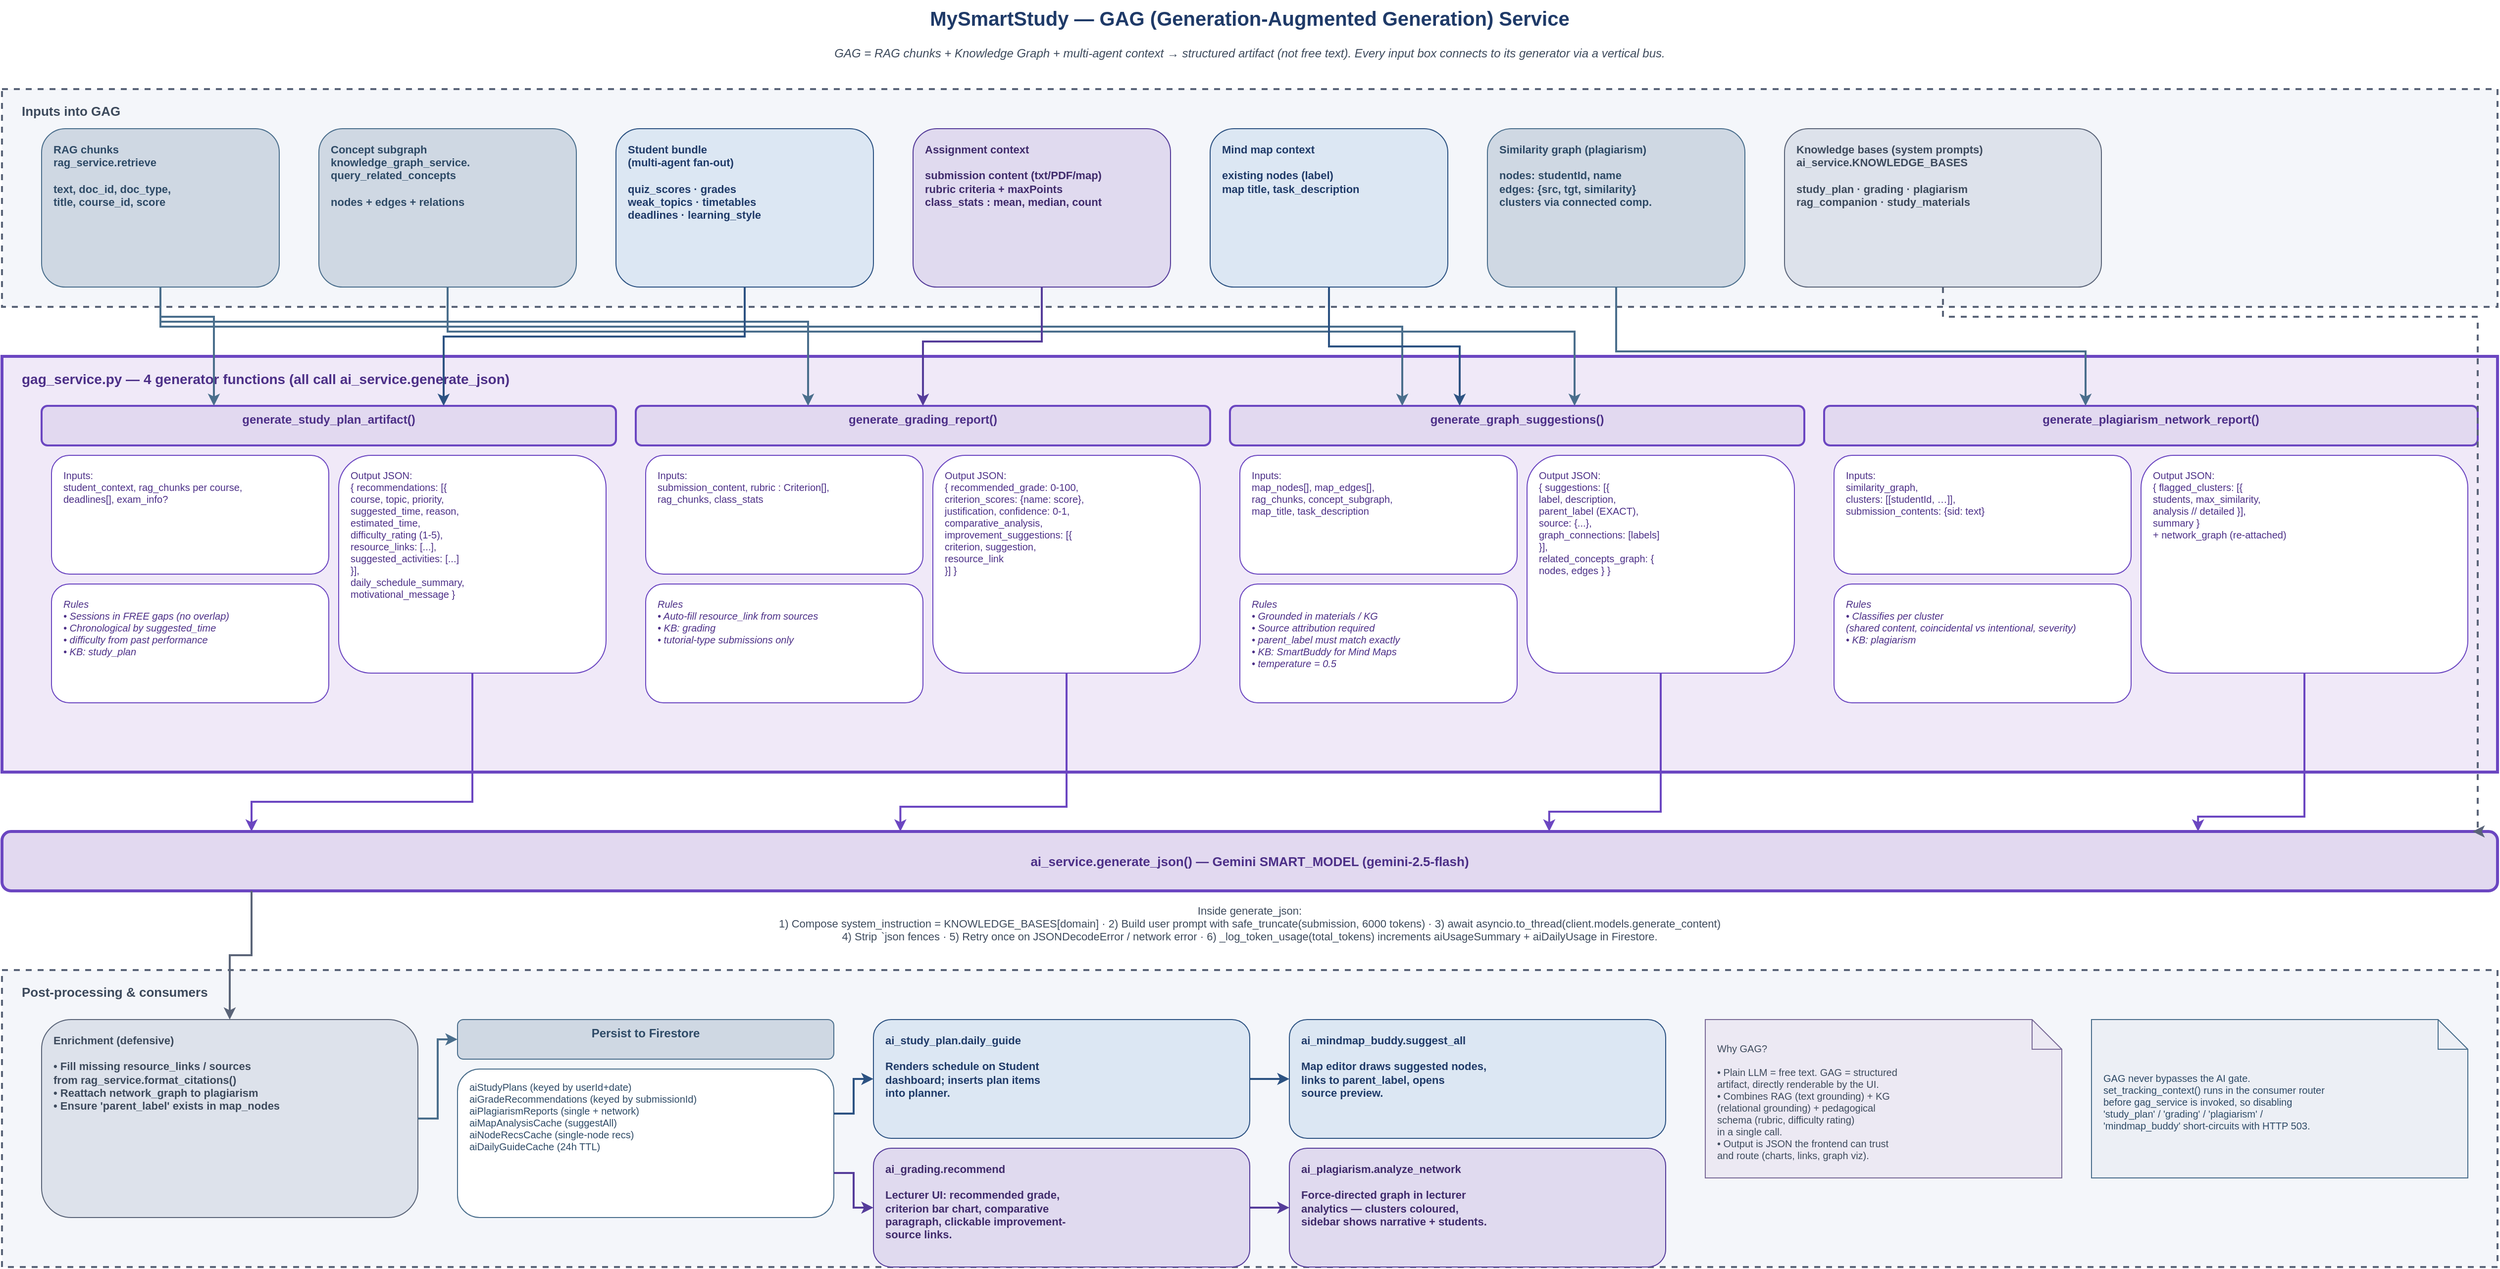
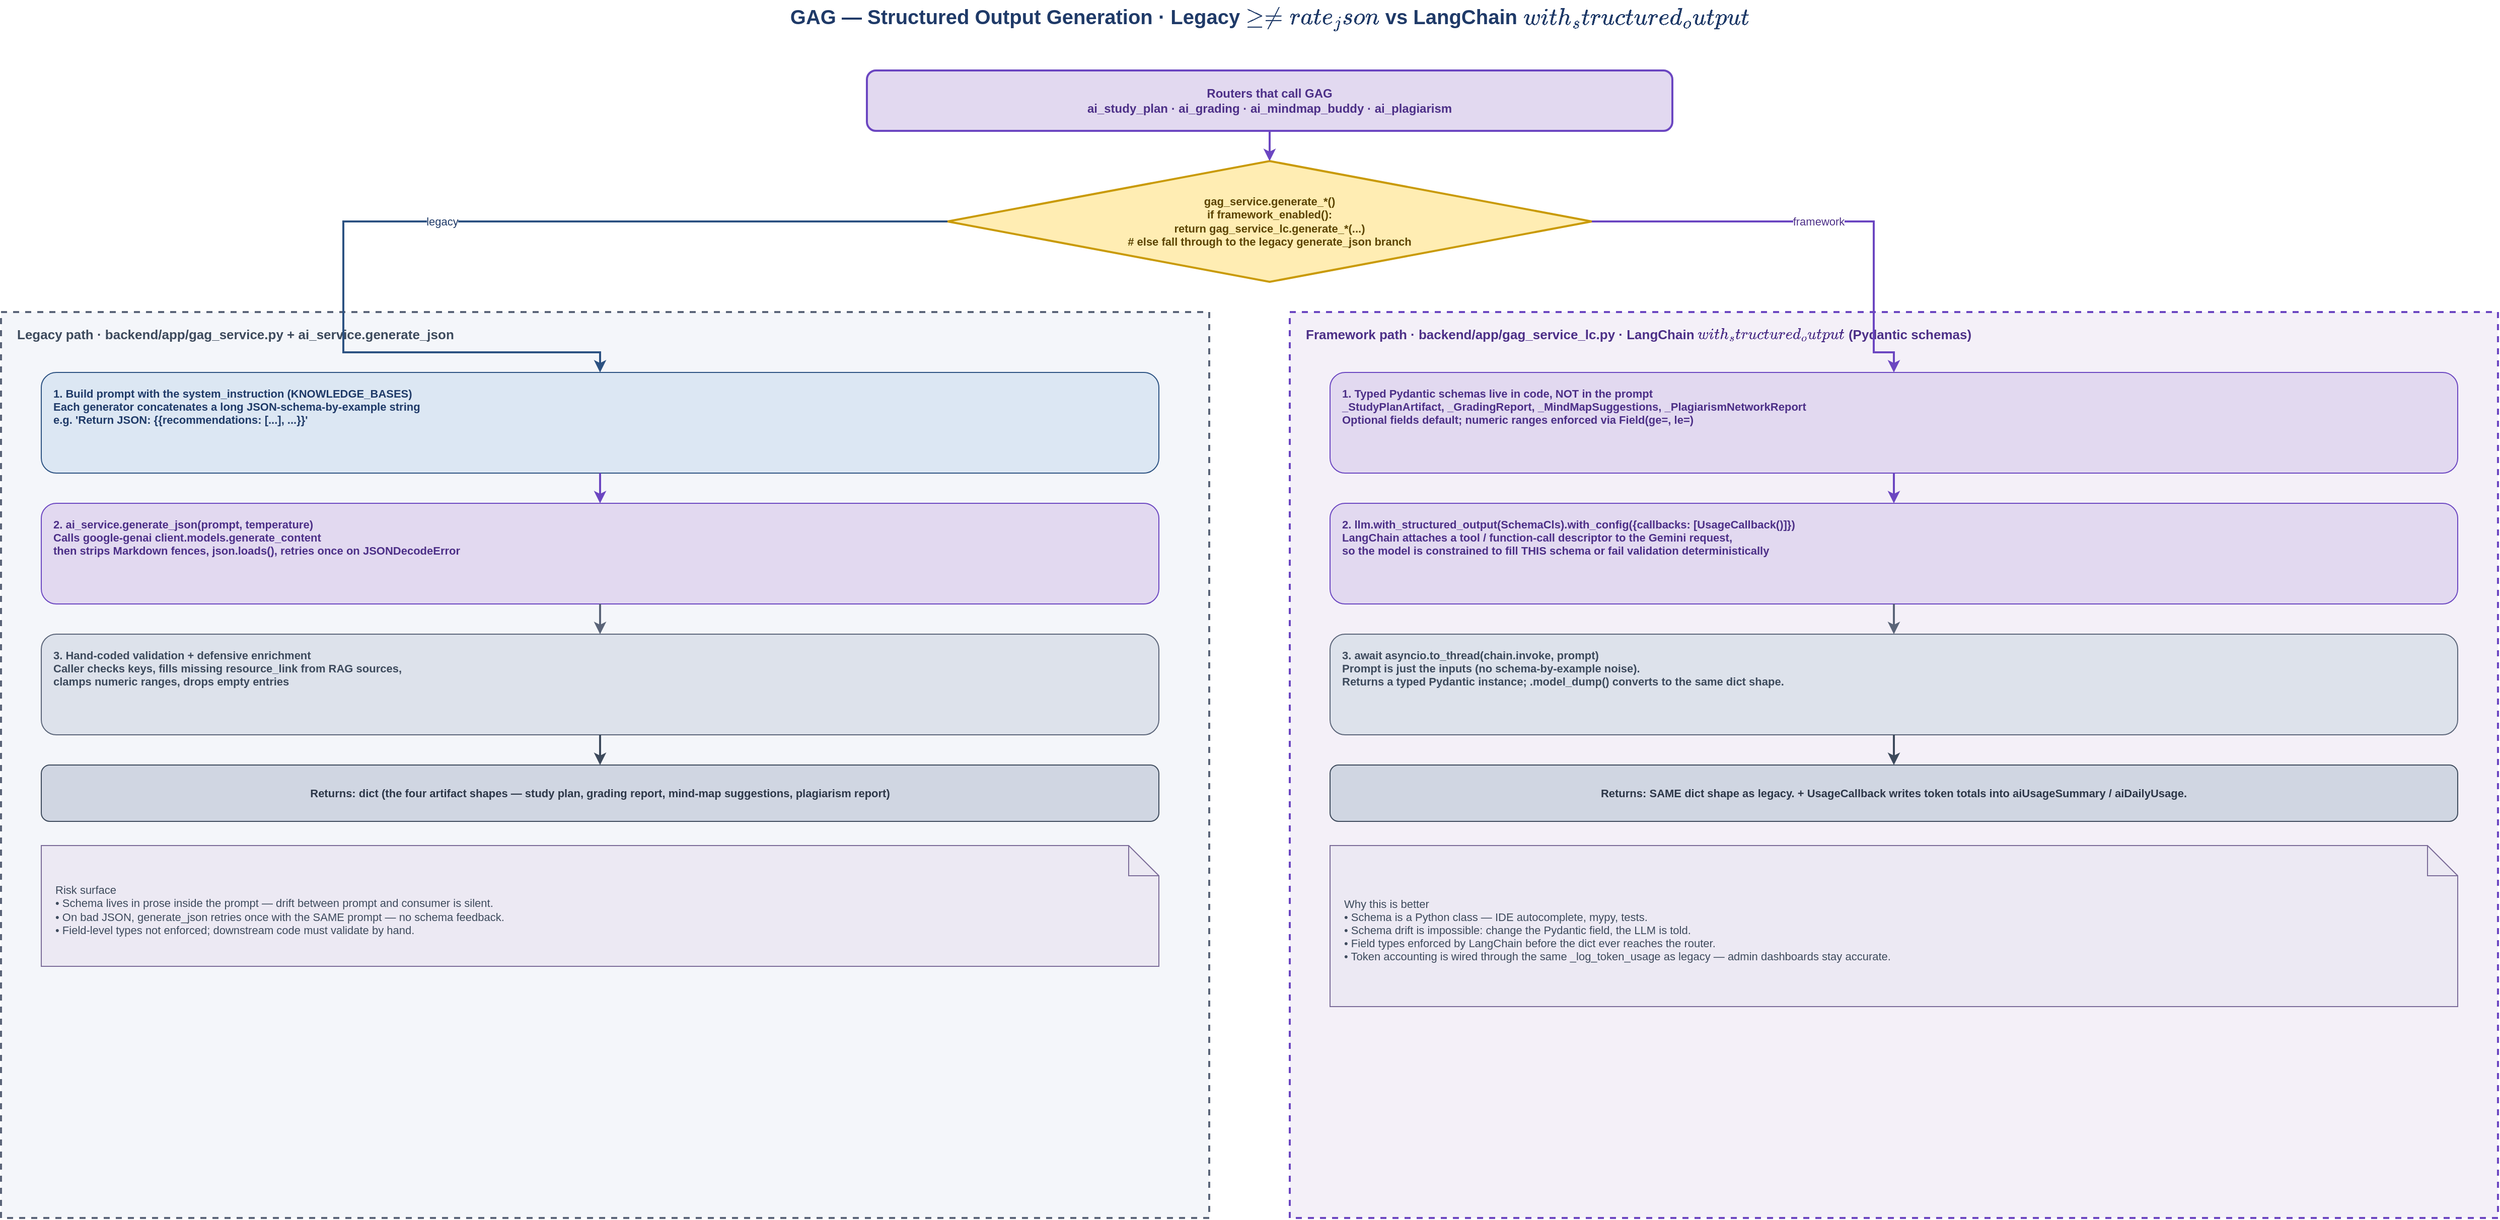
<mxfile host="app.diagrams.net" agent="MySmartStudy" version="22.1.16">
-   <diagram id="gag" name="GAG Pipeline">
-     <mxGraphModel dx="2400" dy="1400" grid="1" gridSize="10" guides="1" tooltips="1" connect="1" arrows="1" fold="1" page="1" pageScale="1" pageWidth="2600" pageHeight="1800" math="0" shadow="0">
+   <diagram id="gag" name="GAG (Legacy vs Framework)">
+     <mxGraphModel dx="2200" dy="1300" grid="1" gridSize="10" page="1" pageScale="1" pageWidth="2600" pageHeight="1700" math="0" shadow="0">
      <root>
        <mxCell id="0" />
        <mxCell id="1" parent="0" />

-         <mxCell id="title" value="MySmartStudy — GAG (Generation-Augmented Generation) Service" style="text;html=1;align=center;verticalAlign=middle;whiteSpace=wrap;fontSize=20;fontStyle=1;fontColor=#1F3A68" vertex="1" parent="1">
-           <mxGeometry x="600" y="20" width="1400" height="36" as="geometry" />
-         </mxCell>
-         <mxCell id="subtitle" value="GAG = RAG chunks + Knowledge Graph + multi-agent context  →  structured artifact (not free text).  Every input box connects to its generator via a vertical bus." style="text;html=1;align=center;whiteSpace=wrap;fontSize=12;fontStyle=2;fontColor=#3D4A5C" vertex="1" parent="1">
-           <mxGeometry x="400" y="60" width="1800" height="30" as="geometry" />
+         <mxCell id="title" value="GAG — Structured Output Generation  ·  Legacy `generate_json` vs LangChain `with_structured_output`" style="text;html=1;align=center;verticalAlign=middle;whiteSpace=wrap;fontSize=20;fontStyle=1;fontColor=#1F3A68" vertex="1" parent="1">
+           <mxGeometry x="200" y="10" width="2200" height="36" as="geometry" />
        </mxCell>

-         <!-- ============ INPUTS ============ -->
-         <mxCell id="bg_inputs" value="Inputs into GAG" style="rounded=0;whiteSpace=wrap;html=1;fillColor=#F4F6FA;strokeColor=#5A6478;strokeWidth=2;verticalAlign=top;fontSize=13;fontStyle=1;fontColor=#3D4A5C;dashed=1;spacingTop=8;align=left;spacingLeft=18" vertex="1" parent="1">
-           <mxGeometry x="40" y="110" width="2520" height="220" as="geometry" />
-         </mxCell>
-         <mxCell id="in_rag" value="RAG chunks&#10;rag_service.retrieve&#10;&#10;text, doc_id, doc_type,&#10;title, course_id, score" style="rounded=1;whiteSpace=wrap;html=1;fillColor=#CFD8E3;strokeColor=#4A6E8C;align=left;verticalAlign=top;fontSize=11;spacingLeft=10;spacingTop=8;fontStyle=1;fontColor=#2E4A66" vertex="1" parent="1">
-           <mxGeometry x="80" y="150" width="240" height="160" as="geometry" />
-         </mxCell>
-         <mxCell id="in_kg" value="Concept subgraph&#10;knowledge_graph_service.&#10;query_related_concepts&#10;&#10;nodes + edges + relations" style="rounded=1;whiteSpace=wrap;html=1;fillColor=#CFD8E3;strokeColor=#4A6E8C;align=left;verticalAlign=top;fontSize=11;spacingLeft=10;spacingTop=8;fontStyle=1;fontColor=#2E4A66" vertex="1" parent="1">
-           <mxGeometry x="360" y="150" width="260" height="160" as="geometry" />
-         </mxCell>
-         <mxCell id="in_student" value="Student bundle&#10;(multi-agent fan-out)&#10;&#10;quiz_scores · grades&#10;weak_topics · timetables&#10;deadlines · learning_style" style="rounded=1;whiteSpace=wrap;html=1;fillColor=#DCE7F3;strokeColor=#2C5282;align=left;verticalAlign=top;fontSize=11;spacingLeft=10;spacingTop=8;fontStyle=1;fontColor=#1F3A68" vertex="1" parent="1">
-           <mxGeometry x="660" y="150" width="260" height="160" as="geometry" />
-         </mxCell>
-         <mxCell id="in_assign" value="Assignment context&#10;&#10;submission content (txt/PDF/map)&#10;rubric criteria + maxPoints&#10;class_stats : mean, median, count" style="rounded=1;whiteSpace=wrap;html=1;fillColor=#E0DAEF;strokeColor=#553C9A;align=left;verticalAlign=top;fontSize=11;spacingLeft=10;spacingTop=8;fontStyle=1;fontColor=#3F2A6B" vertex="1" parent="1">
-           <mxGeometry x="960" y="150" width="260" height="160" as="geometry" />
-         </mxCell>
-         <mxCell id="in_map" value="Mind map context&#10;&#10;existing nodes (label)&#10;map title, task_description" style="rounded=1;whiteSpace=wrap;html=1;fillColor=#DCE7F3;strokeColor=#2C5282;align=left;verticalAlign=top;fontSize=11;spacingLeft=10;spacingTop=8;fontStyle=1;fontColor=#1F3A68" vertex="1" parent="1">
-           <mxGeometry x="1260" y="150" width="240" height="160" as="geometry" />
-         </mxCell>
-         <mxCell id="in_simgraph" value="Similarity graph (plagiarism)&#10;&#10;nodes: studentId, name&#10;edges: {src, tgt, similarity}&#10;clusters via connected comp." style="rounded=1;whiteSpace=wrap;html=1;fillColor=#CFD8E3;strokeColor=#4A6E8C;align=left;verticalAlign=top;fontSize=11;spacingLeft=10;spacingTop=8;fontStyle=1;fontColor=#2E4A66" vertex="1" parent="1">
-           <mxGeometry x="1540" y="150" width="260" height="160" as="geometry" />
-         </mxCell>
-         <mxCell id="in_kb" value="Knowledge bases (system prompts)&#10;ai_service.KNOWLEDGE_BASES&#10;&#10;study_plan · grading · plagiarism&#10;rag_companion · study_materials" style="rounded=1;whiteSpace=wrap;html=1;fillColor=#DDE2EB;strokeColor=#5A6478;align=left;verticalAlign=top;fontSize=11;spacingLeft=10;spacingTop=8;fontStyle=1;fontColor=#3D4A5C" vertex="1" parent="1">
-           <mxGeometry x="1840" y="150" width="320" height="160" as="geometry" />
+         <!-- ROUTERS that call GAG -->
+         <mxCell id="callers" value="Routers that call GAG&#10;ai_study_plan · ai_grading · ai_mindmap_buddy · ai_plagiarism" style="rounded=1;whiteSpace=wrap;html=1;fillColor=#E2D9F0;strokeColor=#6B46C1;strokeWidth=2;align=center;verticalAlign=middle;fontSize=12;fontStyle=1;fontColor=#4C2F87" vertex="1" parent="1">
+           <mxGeometry x="900" y="80" width="800" height="60" as="geometry" />
        </mxCell>

-         <!-- ============ GENERATORS (single row, 4 columns) ============ -->
-         <mxCell id="gag_box" value="gag_service.py  —  4 generator functions  (all call ai_service.generate_json)" style="rounded=0;whiteSpace=wrap;html=1;fillColor=#F0E9F8;strokeColor=#6B46C1;strokeWidth=3;verticalAlign=top;fontSize=14;fontStyle=1;fontColor=#4C2F87;spacingTop=8;align=left;spacingLeft=18" vertex="1" parent="1">
-           <mxGeometry x="40" y="380" width="2520" height="420" as="geometry" />
+         <mxCell id="dispatch" value="gag_service.generate_*()&#10;if framework_enabled():&#10;    return gag_service_lc.generate_*(...)&#10;# else fall through to the legacy generate_json branch" style="rhombus;whiteSpace=wrap;html=1;fillColor=#FFEDB3;strokeColor=#C99A06;strokeWidth=2;fontSize=11;fontStyle=1;fontColor=#5C4400" vertex="1" parent="1">
+           <mxGeometry x="980" y="170" width="640" height="120" as="geometry" />
        </mxCell>

-         <mxCell id="g1" value="generate_study_plan_artifact()" style="rounded=1;whiteSpace=wrap;html=1;fillColor=#E2D9F0;strokeColor=#6B46C1;strokeWidth=2;align=center;verticalAlign=top;fontSize=12;fontStyle=1;fontColor=#4C2F87" vertex="1" parent="1">
-           <mxGeometry x="80" y="430" width="580" height="40" as="geometry" />
-         </mxCell>
-         <mxCell id="g1_in" value="Inputs:&#10; student_context, rag_chunks per course,&#10; deadlines[], exam_info?" style="rounded=1;whiteSpace=wrap;html=1;fillColor=#FFFFFF;strokeColor=#6B46C1;align=left;verticalAlign=top;fontSize=10;spacingLeft=10;spacingTop=8;fontColor=#4C2F87" vertex="1" parent="1">
-           <mxGeometry x="90" y="480" width="280" height="120" as="geometry" />
-         </mxCell>
-         <mxCell id="g1_out" value="Output JSON:&#10;{ recommendations: [{&#10;   course, topic, priority,&#10;   suggested_time, reason,&#10;   estimated_time,&#10;   difficulty_rating (1-5),&#10;   resource_links: [...],&#10;   suggested_activities: [...]&#10;  }],&#10;  daily_schedule_summary,&#10;  motivational_message }" style="rounded=1;whiteSpace=wrap;html=1;fillColor=#FFFFFF;strokeColor=#6B46C1;align=left;verticalAlign=top;fontSize=10;spacingLeft=10;spacingTop=8;fontColor=#4C2F87" vertex="1" parent="1">
-           <mxGeometry x="380" y="480" width="270" height="220" as="geometry" />
-         </mxCell>
-         <mxCell id="g1_rules" value="Rules&#10;• Sessions in FREE gaps (no overlap)&#10;• Chronological by suggested_time&#10;• difficulty from past performance&#10;• KB: study_plan" style="rounded=1;whiteSpace=wrap;html=1;fillColor=#FFFFFF;strokeColor=#6B46C1;align=left;verticalAlign=top;fontSize=10;spacingLeft=10;spacingTop=8;fontStyle=2;fontColor=#4C2F87" vertex="1" parent="1">
-           <mxGeometry x="90" y="610" width="280" height="120" as="geometry" />
+         <!-- LEFT PANEL — LEGACY -->
+         <mxCell id="legacy_panel" value="Legacy path  ·  backend/app/gag_service.py + ai_service.generate_json" style="rounded=0;whiteSpace=wrap;html=1;fillColor=#F4F6FA;strokeColor=#5A6478;strokeWidth=2;dashed=1;verticalAlign=top;fontSize=13;fontStyle=1;fontColor=#3D4A5C;spacingTop=8;align=left;spacingLeft=14" vertex="1" parent="1">
+           <mxGeometry x="40" y="320" width="1200" height="900" as="geometry" />
        </mxCell>

-         <mxCell id="g2" value="generate_grading_report()" style="rounded=1;whiteSpace=wrap;html=1;fillColor=#E2D9F0;strokeColor=#6B46C1;strokeWidth=2;align=center;verticalAlign=top;fontSize=12;fontStyle=1;fontColor=#4C2F87" vertex="1" parent="1">
-           <mxGeometry x="680" y="430" width="580" height="40" as="geometry" />
-         </mxCell>
-         <mxCell id="g2_in" value="Inputs:&#10; submission_content, rubric : Criterion[],&#10; rag_chunks, class_stats" style="rounded=1;whiteSpace=wrap;html=1;fillColor=#FFFFFF;strokeColor=#6B46C1;align=left;verticalAlign=top;fontSize=10;spacingLeft=10;spacingTop=8;fontColor=#4C2F87" vertex="1" parent="1">
-           <mxGeometry x="690" y="480" width="280" height="120" as="geometry" />
-         </mxCell>
-         <mxCell id="g2_out" value="Output JSON:&#10;{ recommended_grade: 0-100,&#10;  criterion_scores: {name: score},&#10;  justification, confidence: 0-1,&#10;  comparative_analysis,&#10;  improvement_suggestions: [{&#10;    criterion, suggestion,&#10;    resource_link&#10;  }] }" style="rounded=1;whiteSpace=wrap;html=1;fillColor=#FFFFFF;strokeColor=#6B46C1;align=left;verticalAlign=top;fontSize=10;spacingLeft=10;spacingTop=8;fontColor=#4C2F87" vertex="1" parent="1">
-           <mxGeometry x="980" y="480" width="270" height="220" as="geometry" />
-         </mxCell>
-         <mxCell id="g2_rules" value="Rules&#10;• Auto-fill resource_link from sources&#10;• KB: grading&#10;• tutorial-type submissions only" style="rounded=1;whiteSpace=wrap;html=1;fillColor=#FFFFFF;strokeColor=#6B46C1;align=left;verticalAlign=top;fontSize=10;spacingLeft=10;spacingTop=8;fontStyle=2;fontColor=#4C2F87" vertex="1" parent="1">
-           <mxGeometry x="690" y="610" width="280" height="120" as="geometry" />
+         <mxCell id="L_prompt" value="1.  Build prompt with the system_instruction (KNOWLEDGE_BASES)&#10;Each generator concatenates a long JSON-schema-by-example string&#10;e.g. 'Return JSON: {{recommendations: [...], ...}}'" style="rounded=1;whiteSpace=wrap;html=1;fillColor=#DCE7F3;strokeColor=#2C5282;align=left;verticalAlign=top;fontSize=11;spacingLeft=10;spacingTop=8;fontStyle=1;fontColor=#1F3A68" vertex="1" parent="1">
+           <mxGeometry x="80" y="380" width="1110" height="100" as="geometry" />
        </mxCell>

-         <mxCell id="g3" value="generate_graph_suggestions()" style="rounded=1;whiteSpace=wrap;html=1;fillColor=#E2D9F0;strokeColor=#6B46C1;strokeWidth=2;align=center;verticalAlign=top;fontSize=12;fontStyle=1;fontColor=#4C2F87" vertex="1" parent="1">
-           <mxGeometry x="1280" y="430" width="580" height="40" as="geometry" />
-         </mxCell>
-         <mxCell id="g3_in" value="Inputs:&#10; map_nodes[], map_edges[],&#10; rag_chunks, concept_subgraph,&#10; map_title, task_description" style="rounded=1;whiteSpace=wrap;html=1;fillColor=#FFFFFF;strokeColor=#6B46C1;align=left;verticalAlign=top;fontSize=10;spacingLeft=10;spacingTop=8;fontColor=#4C2F87" vertex="1" parent="1">
-           <mxGeometry x="1290" y="480" width="280" height="120" as="geometry" />
-         </mxCell>
-         <mxCell id="g3_out" value="Output JSON:&#10;{ suggestions: [{&#10;    label, description,&#10;    parent_label (EXACT),&#10;    source: {...},&#10;    graph_connections: [labels]&#10;  }],&#10;  related_concepts_graph: {&#10;    nodes, edges } }" style="rounded=1;whiteSpace=wrap;html=1;fillColor=#FFFFFF;strokeColor=#6B46C1;align=left;verticalAlign=top;fontSize=10;spacingLeft=10;spacingTop=8;fontColor=#4C2F87" vertex="1" parent="1">
-           <mxGeometry x="1580" y="480" width="270" height="220" as="geometry" />
-         </mxCell>
-         <mxCell id="g3_rules" value="Rules&#10;• Grounded in materials / KG&#10;• Source attribution required&#10;• parent_label must match exactly&#10;• KB: SmartBuddy for Mind Maps&#10;• temperature = 0.5" style="rounded=1;whiteSpace=wrap;html=1;fillColor=#FFFFFF;strokeColor=#6B46C1;align=left;verticalAlign=top;fontSize=10;spacingLeft=10;spacingTop=8;fontStyle=2;fontColor=#4C2F87" vertex="1" parent="1">
-           <mxGeometry x="1290" y="610" width="280" height="120" as="geometry" />
+         <mxCell id="L_call" value="2.  ai_service.generate_json(prompt, temperature)&#10;Calls google-genai client.models.generate_content&#10;then strips Markdown fences, json.loads(), retries once on JSONDecodeError" style="rounded=1;whiteSpace=wrap;html=1;fillColor=#E2D9F0;strokeColor=#6B46C1;align=left;verticalAlign=top;fontSize=11;spacingLeft=10;spacingTop=8;fontStyle=1;fontColor=#4C2F87" vertex="1" parent="1">
+           <mxGeometry x="80" y="510" width="1110" height="100" as="geometry" />
        </mxCell>

-         <mxCell id="g4" value="generate_plagiarism_network_report()" style="rounded=1;whiteSpace=wrap;html=1;fillColor=#E2D9F0;strokeColor=#6B46C1;strokeWidth=2;align=center;verticalAlign=top;fontSize=12;fontStyle=1;fontColor=#4C2F87" vertex="1" parent="1">
-           <mxGeometry x="1880" y="430" width="660" height="40" as="geometry" />
-         </mxCell>
-         <mxCell id="g4_in" value="Inputs:&#10; similarity_graph,&#10; clusters: [[studentId, …]],&#10; submission_contents: {sid: text}" style="rounded=1;whiteSpace=wrap;html=1;fillColor=#FFFFFF;strokeColor=#6B46C1;align=left;verticalAlign=top;fontSize=10;spacingLeft=10;spacingTop=8;fontColor=#4C2F87" vertex="1" parent="1">
-           <mxGeometry x="1890" y="480" width="300" height="120" as="geometry" />
-         </mxCell>
-         <mxCell id="g4_out" value="Output JSON:&#10;{ flagged_clusters: [{&#10;    students, max_similarity,&#10;    analysis  // detailed }],&#10;  summary }&#10;+ network_graph (re-attached)" style="rounded=1;whiteSpace=wrap;html=1;fillColor=#FFFFFF;strokeColor=#6B46C1;align=left;verticalAlign=top;fontSize=10;spacingLeft=10;spacingTop=8;fontColor=#4C2F87" vertex="1" parent="1">
-           <mxGeometry x="2200" y="480" width="330" height="220" as="geometry" />
-         </mxCell>
-         <mxCell id="g4_rules" value="Rules&#10;• Classifies per cluster&#10;  (shared content, coincidental vs intentional, severity)&#10;• KB: plagiarism" style="rounded=1;whiteSpace=wrap;html=1;fillColor=#FFFFFF;strokeColor=#6B46C1;align=left;verticalAlign=top;fontSize=10;spacingLeft=10;spacingTop=8;fontStyle=2;fontColor=#4C2F87" vertex="1" parent="1">
-           <mxGeometry x="1890" y="610" width="300" height="120" as="geometry" />
+         <mxCell id="L_validate" value="3.  Hand-coded validation + defensive enrichment&#10;Caller checks keys, fills missing resource_link from RAG sources,&#10;clamps numeric ranges, drops empty entries" style="rounded=1;whiteSpace=wrap;html=1;fillColor=#DDE2EB;strokeColor=#5A6478;align=left;verticalAlign=top;fontSize=11;spacingLeft=10;spacingTop=8;fontStyle=1;fontColor=#3D4A5C" vertex="1" parent="1">
+           <mxGeometry x="80" y="640" width="1110" height="100" as="geometry" />
        </mxCell>

-         <!-- ============ LLM CORE (full-width bar) ============ -->
-         <mxCell id="llm_core" value="ai_service.generate_json()   —   Gemini SMART_MODEL  (gemini-2.5-flash)" style="rounded=1;whiteSpace=wrap;html=1;fillColor=#E2D9F0;strokeColor=#6B46C1;strokeWidth=3;align=center;verticalAlign=middle;fontSize=13;fontStyle=1;fontColor=#4C2F87" vertex="1" parent="1">
-           <mxGeometry x="40" y="860" width="2520" height="60" as="geometry" />
-         </mxCell>
-         <mxCell id="llm_steps" value="Inside generate_json:&#10;1) Compose system_instruction = KNOWLEDGE_BASES[domain]   ·   2) Build user prompt with safe_truncate(submission, 6000 tokens)   ·   3) await asyncio.to_thread(client.models.generate_content)&#10;4) Strip ```json fences   ·   5) Retry once on JSONDecodeError / network error   ·   6) _log_token_usage(total_tokens) increments aiUsageSummary + aiDailyUsage in Firestore." style="text;html=1;align=center;verticalAlign=middle;whiteSpace=wrap;fontSize=11;fontColor=#3D4A5C" vertex="1" parent="1">
-           <mxGeometry x="40" y="925" width="2520" height="55" as="geometry" />
+         <mxCell id="L_out" value="Returns: dict (the four artifact shapes — study plan, grading report, mind-map suggestions, plagiarism report)" style="rounded=1;whiteSpace=wrap;html=1;fillColor=#D0D6E2;strokeColor=#3D4A5C;align=center;verticalAlign=middle;fontSize=11;fontStyle=1;fontColor=#2D3748" vertex="1" parent="1">
+           <mxGeometry x="80" y="770" width="1110" height="56" as="geometry" />
        </mxCell>

-         <!-- ============ POST-PROCESS & CONSUMERS ============ -->
-         <mxCell id="bg_post" value="Post-processing &amp; consumers" style="rounded=0;whiteSpace=wrap;html=1;fillColor=#F4F6FA;strokeColor=#5A6478;strokeWidth=2;verticalAlign=top;fontSize=13;fontStyle=1;fontColor=#3D4A5C;dashed=1;spacingTop=8;align=left;spacingLeft=18" vertex="1" parent="1">
-           <mxGeometry x="40" y="1000" width="2520" height="300" as="geometry" />
+         <mxCell id="L_notes" value="Risk surface&#10;• Schema lives in prose inside the prompt — drift between prompt and consumer is silent.&#10;• On bad JSON, generate_json retries once with the SAME prompt — no schema feedback.&#10;• Field-level types not enforced; downstream code must validate by hand." style="shape=note;whiteSpace=wrap;html=1;backgroundOutline=1;fillColor=#ECE9F3;strokeColor=#7A6B98;fontSize=11;fontColor=#3D4A5C;align=left;spacingLeft=12;spacingTop=8" vertex="1" parent="1">
+           <mxGeometry x="80" y="850" width="1110" height="120" as="geometry" />
        </mxCell>

-         <mxCell id="post_enrich" value="Enrichment (defensive)&#10;&#10;• Fill missing resource_links / sources&#10;  from rag_service.format_citations()&#10;• Reattach network_graph to plagiarism&#10;• Ensure 'parent_label' exists in map_nodes" style="rounded=1;whiteSpace=wrap;html=1;fillColor=#DDE2EB;strokeColor=#5A6478;align=left;verticalAlign=top;fontSize=11;spacingLeft=10;spacingTop=8;fontStyle=1;fontColor=#3D4A5C" vertex="1" parent="1">
-           <mxGeometry x="80" y="1050" width="380" height="200" as="geometry" />
+         <!-- RIGHT PANEL — FRAMEWORK -->
+         <mxCell id="framework_panel" value="Framework path  ·  backend/app/gag_service_lc.py  ·  LangChain `with_structured_output` (Pydantic schemas)" style="rounded=0;whiteSpace=wrap;html=1;fillColor=#F4F0F8;strokeColor=#6B46C1;strokeWidth=2;dashed=1;verticalAlign=top;fontSize=13;fontStyle=1;fontColor=#4C2F87;spacingTop=8;align=left;spacingLeft=14" vertex="1" parent="1">
+           <mxGeometry x="1320" y="320" width="1200" height="900" as="geometry" />
        </mxCell>

-         <mxCell id="post_persist" value="Persist to Firestore" style="rounded=1;whiteSpace=wrap;html=1;fillColor=#CFD8E3;strokeColor=#4A6E8C;align=center;verticalAlign=top;fontStyle=1;fontSize=12;fontColor=#2E4A66" vertex="1" parent="1">
-           <mxGeometry x="500" y="1050" width="380" height="40" as="geometry" />
-         </mxCell>
-         <mxCell id="post_persist_list" value="aiStudyPlans (keyed by userId+date)&#10;aiGradeRecommendations (keyed by submissionId)&#10;aiPlagiarismReports (single + network)&#10;aiMapAnalysisCache (suggestAll)&#10;aiNodeRecsCache (single-node recs)&#10;aiDailyGuideCache (24h TTL)" style="rounded=1;whiteSpace=wrap;html=1;fillColor=#FFFFFF;strokeColor=#4A6E8C;align=left;verticalAlign=top;fontSize=10;spacingLeft=10;spacingTop=6;fontColor=#2E4A66" vertex="1" parent="1">
-           <mxGeometry x="500" y="1100" width="380" height="150" as="geometry" />
+         <mxCell id="F_schema" value="1.  Typed Pydantic schemas live in code, NOT in the prompt&#10;_StudyPlanArtifact, _GradingReport, _MindMapSuggestions, _PlagiarismNetworkReport&#10;Optional fields default; numeric ranges enforced via Field(ge=, le=)" style="rounded=1;whiteSpace=wrap;html=1;fillColor=#E2D9F0;strokeColor=#6B46C1;align=left;verticalAlign=top;fontSize=11;spacingLeft=10;spacingTop=8;fontStyle=1;fontColor=#4C2F87" vertex="1" parent="1">
+           <mxGeometry x="1360" y="380" width="1120" height="100" as="geometry" />
        </mxCell>

-         <!-- 4 consumers in a single row, no overlap with arrows -->
-         <mxCell id="cons_studyplan" value="ai_study_plan.daily_guide&#10;&#10;Renders schedule on Student&#10;dashboard; inserts plan items&#10;into planner." style="rounded=1;whiteSpace=wrap;html=1;fillColor=#DCE7F3;strokeColor=#2C5282;align=left;verticalAlign=top;fontSize=11;spacingLeft=10;spacingTop=8;fontStyle=1;fontColor=#1F3A68" vertex="1" parent="1">
-           <mxGeometry x="920" y="1050" width="380" height="120" as="geometry" />
-         </mxCell>
-         <mxCell id="cons_grading" value="ai_grading.recommend&#10;&#10;Lecturer UI: recommended grade,&#10;criterion bar chart, comparative&#10;paragraph, clickable improvement-&#10;source links." style="rounded=1;whiteSpace=wrap;html=1;fillColor=#E0DAEF;strokeColor=#553C9A;align=left;verticalAlign=top;fontSize=11;spacingLeft=10;spacingTop=8;fontStyle=1;fontColor=#3F2A6B" vertex="1" parent="1">
-           <mxGeometry x="920" y="1180" width="380" height="120" as="geometry" />
+         <mxCell id="F_bind" value="2.  llm.with_structured_output(SchemaCls).with_config({callbacks: [UsageCallback()]})&#10;LangChain attaches a tool / function-call descriptor to the Gemini request,&#10;so the model is constrained to fill THIS schema or fail validation deterministically" style="rounded=1;whiteSpace=wrap;html=1;fillColor=#E2D9F0;strokeColor=#6B46C1;align=left;verticalAlign=top;fontSize=11;spacingLeft=10;spacingTop=8;fontStyle=1;fontColor=#4C2F87" vertex="1" parent="1">
+           <mxGeometry x="1360" y="510" width="1120" height="100" as="geometry" />
        </mxCell>

-         <mxCell id="cons_buddy" value="ai_mindmap_buddy.suggest_all&#10;&#10;Map editor draws suggested nodes,&#10;links to parent_label, opens&#10;source preview." style="rounded=1;whiteSpace=wrap;html=1;fillColor=#DCE7F3;strokeColor=#2C5282;align=left;verticalAlign=top;fontSize=11;spacingLeft=10;spacingTop=8;fontStyle=1;fontColor=#1F3A68" vertex="1" parent="1">
-           <mxGeometry x="1340" y="1050" width="380" height="120" as="geometry" />
-         </mxCell>
-         <mxCell id="cons_plag" value="ai_plagiarism.analyze_network&#10;&#10;Force-directed graph in lecturer&#10;analytics — clusters coloured,&#10;sidebar shows narrative + students." style="rounded=1;whiteSpace=wrap;html=1;fillColor=#E0DAEF;strokeColor=#553C9A;align=left;verticalAlign=top;fontSize=11;spacingLeft=10;spacingTop=8;fontStyle=1;fontColor=#3F2A6B" vertex="1" parent="1">
-           <mxGeometry x="1340" y="1180" width="380" height="120" as="geometry" />
+         <mxCell id="F_invoke" value="3.  await asyncio.to_thread(chain.invoke, prompt)&#10;Prompt is just the inputs (no schema-by-example noise).&#10;Returns a typed Pydantic instance; .model_dump() converts to the same dict shape." style="rounded=1;whiteSpace=wrap;html=1;fillColor=#DDE2EB;strokeColor=#5A6478;align=left;verticalAlign=top;fontSize=11;spacingLeft=10;spacingTop=8;fontStyle=1;fontColor=#3D4A5C" vertex="1" parent="1">
+           <mxGeometry x="1360" y="640" width="1120" height="100" as="geometry" />
        </mxCell>

-         <mxCell id="gag_why" value="Why GAG?&#10;&#10;• Plain LLM = free text. GAG = structured&#10;  artifact, directly renderable by the UI.&#10;• Combines RAG (text grounding) + KG&#10;  (relational grounding) + pedagogical&#10;  schema (rubric, difficulty rating)&#10;  in a single call.&#10;• Output is JSON the frontend can trust&#10;  and route (charts, links, graph viz)." style="shape=note;whiteSpace=wrap;html=1;backgroundOutline=1;fillColor=#ECE9F3;strokeColor=#7A6B98;fontSize=10;fontColor=#3D4A5C;align=left;spacingLeft=10;spacingTop=6" vertex="1" parent="1">
-           <mxGeometry x="1760" y="1050" width="360" height="160" as="geometry" />
-         </mxCell>
-         <mxCell id="gag_note" value="GAG never bypasses the AI gate.&#10;set_tracking_context() runs in the consumer router&#10;before gag_service is invoked, so disabling&#10;'study_plan' / 'grading' / 'plagiarism' /&#10;'mindmap_buddy' short-circuits with HTTP 503." style="shape=note;whiteSpace=wrap;html=1;backgroundOutline=1;fillColor=#ECEFF5;strokeColor=#4A6E8C;fontSize=10;fontColor=#2E4A66;align=left;spacingLeft=10;spacingTop=6" vertex="1" parent="1">
-           <mxGeometry x="2150" y="1050" width="380" height="160" as="geometry" />
+         <mxCell id="F_out" value="Returns: SAME dict shape as legacy.  + UsageCallback writes token totals into aiUsageSummary / aiDailyUsage." style="rounded=1;whiteSpace=wrap;html=1;fillColor=#D0D6E2;strokeColor=#3D4A5C;align=center;verticalAlign=middle;fontSize=11;fontStyle=1;fontColor=#2D3748" vertex="1" parent="1">
+           <mxGeometry x="1360" y="770" width="1120" height="56" as="geometry" />
        </mxCell>

-         <!-- ============ ARROWS WITH WAYPOINTS ============ -->
-         <!-- Inputs → generators via vertical bus at y=350 (between input row and generator row) -->
-         <!-- RAG → all 3 generators that use it (g1, g2, g3) -->
-         <mxCell id="ae1" style="edgeStyle=orthogonalEdgeStyle;rounded=0;html=1;exitX=0.5;exitY=1;entryX=0.3;entryY=0;endArrow=classic;strokeColor=#4A6E8C;strokeWidth=2" edge="1" parent="1" source="in_rag" target="g1"><mxGeometry relative="1" as="geometry"><Array as="points"><mxPoint x="200" y="340" /><mxPoint x="254" y="340" /></Array></mxGeometry></mxCell>
-         <mxCell id="ae2" style="edgeStyle=orthogonalEdgeStyle;rounded=0;html=1;exitX=0.5;exitY=1;entryX=0.3;entryY=0;endArrow=classic;strokeColor=#4A6E8C;strokeWidth=2" edge="1" parent="1" source="in_rag" target="g2"><mxGeometry relative="1" as="geometry"><Array as="points"><mxPoint x="200" y="345" /><mxPoint x="854" y="345" /></Array></mxGeometry></mxCell>
-         <mxCell id="ae3" style="edgeStyle=orthogonalEdgeStyle;rounded=0;html=1;exitX=0.5;exitY=1;entryX=0.3;entryY=0;endArrow=classic;strokeColor=#4A6E8C;strokeWidth=2" edge="1" parent="1" source="in_rag" target="g3"><mxGeometry relative="1" as="geometry"><Array as="points"><mxPoint x="200" y="350" /><mxPoint x="1454" y="350" /></Array></mxGeometry></mxCell>
+         <mxCell id="F_notes" value="Why this is better&#10;• Schema is a Python class — IDE autocomplete, mypy, tests.&#10;• Schema drift is impossible: change the Pydantic field, the LLM is told.&#10;• Field types enforced by LangChain before the dict ever reaches the router.&#10;• Token accounting is wired through the same _log_token_usage as legacy — admin dashboards stay accurate." style="shape=note;whiteSpace=wrap;html=1;backgroundOutline=1;fillColor=#ECE9F3;strokeColor=#7A6B98;fontSize=11;fontColor=#3D4A5C;align=left;spacingLeft=12;spacingTop=8" vertex="1" parent="1">
+           <mxGeometry x="1360" y="850" width="1120" height="160" as="geometry" />
+         </mxCell>

-         <!-- KG → g3 -->
-         <mxCell id="ae4" style="edgeStyle=orthogonalEdgeStyle;rounded=0;html=1;exitX=0.5;exitY=1;entryX=0.6;entryY=0;endArrow=classic;strokeColor=#4A6E8C;strokeWidth=2" edge="1" parent="1" source="in_kg" target="g3"><mxGeometry relative="1" as="geometry"><Array as="points"><mxPoint x="490" y="355" /><mxPoint x="1628" y="355" /></Array></mxGeometry></mxCell>
+         <!-- ARROWS -->
+         <mxCell id="a_call_disp" style="edgeStyle=orthogonalEdgeStyle;rounded=0;html=1;exitX=0.5;exitY=1;entryX=0.5;entryY=0;endArrow=classic;strokeColor=#6B46C1;strokeWidth=2" edge="1" parent="1" source="callers" target="dispatch"><mxGeometry relative="1" as="geometry" /></mxCell>
+         <mxCell id="a_disp_L" value="legacy" style="edgeStyle=orthogonalEdgeStyle;rounded=0;html=1;exitX=0;exitY=0.5;entryX=0.5;entryY=0;endArrow=classic;strokeColor=#2C5282;strokeWidth=2;fontSize=11;fontColor=#1F3A68" edge="1" parent="1" source="dispatch" target="L_prompt"><mxGeometry relative="1" as="geometry"><Array as="points"><mxPoint x="380" y="230" /><mxPoint x="380" y="360" /></Array></mxGeometry></mxCell>
+         <mxCell id="a_disp_F" value="framework" style="edgeStyle=orthogonalEdgeStyle;rounded=0;html=1;exitX=1;exitY=0.5;entryX=0.5;entryY=0;endArrow=classic;strokeColor=#6B46C1;strokeWidth=2;fontSize=11;fontColor=#4C2F87" edge="1" parent="1" source="dispatch" target="F_schema"><mxGeometry relative="1" as="geometry"><Array as="points"><mxPoint x="1900" y="230" /><mxPoint x="1900" y="360" /></Array></mxGeometry></mxCell>

-         <!-- Student → g1 -->
-         <mxCell id="ae5" style="edgeStyle=orthogonalEdgeStyle;rounded=0;html=1;exitX=0.5;exitY=1;entryX=0.7;entryY=0;endArrow=classic;strokeColor=#2C5282;strokeWidth=2" edge="1" parent="1" source="in_student" target="g1"><mxGeometry relative="1" as="geometry"><Array as="points"><mxPoint x="790" y="360" /><mxPoint x="486" y="360" /></Array></mxGeometry></mxCell>
+         <!-- legacy chain -->
+         <mxCell id="aL1" style="edgeStyle=orthogonalEdgeStyle;rounded=0;html=1;exitX=0.5;exitY=1;entryX=0.5;entryY=0;endArrow=classic;strokeColor=#6B46C1;strokeWidth=2" edge="1" parent="1" source="L_prompt" target="L_call"><mxGeometry relative="1" as="geometry" /></mxCell>
+         <mxCell id="aL2" style="edgeStyle=orthogonalEdgeStyle;rounded=0;html=1;exitX=0.5;exitY=1;entryX=0.5;entryY=0;endArrow=classic;strokeColor=#5A6478;strokeWidth=2" edge="1" parent="1" source="L_call" target="L_validate"><mxGeometry relative="1" as="geometry" /></mxCell>
+         <mxCell id="aL3" style="edgeStyle=orthogonalEdgeStyle;rounded=0;html=1;exitX=0.5;exitY=1;entryX=0.5;entryY=0;endArrow=classic;strokeColor=#3D4A5C;strokeWidth=2" edge="1" parent="1" source="L_validate" target="L_out"><mxGeometry relative="1" as="geometry" /></mxCell>

-         <!-- Assignment → g2 -->
-         <mxCell id="ae6" style="edgeStyle=orthogonalEdgeStyle;rounded=0;html=1;exitX=0.5;exitY=1;entryX=0.5;entryY=0;endArrow=classic;strokeColor=#553C9A;strokeWidth=2" edge="1" parent="1" source="in_assign" target="g2"><mxGeometry relative="1" as="geometry"><Array as="points"><mxPoint x="1090" y="365" /><mxPoint x="970" y="365" /></Array></mxGeometry></mxCell>
- 
-         <!-- Map → g3 -->
-         <mxCell id="ae7" style="edgeStyle=orthogonalEdgeStyle;rounded=0;html=1;exitX=0.5;exitY=1;entryX=0.4;entryY=0;endArrow=classic;strokeColor=#2C5282;strokeWidth=2" edge="1" parent="1" source="in_map" target="g3"><mxGeometry relative="1" as="geometry"><Array as="points"><mxPoint x="1380" y="370" /><mxPoint x="1512" y="370" /></Array></mxGeometry></mxCell>
- 
-         <!-- Similarity → g4 -->
-         <mxCell id="ae8" style="edgeStyle=orthogonalEdgeStyle;rounded=0;html=1;exitX=0.5;exitY=1;entryX=0.4;entryY=0;endArrow=classic;strokeColor=#4A6E8C;strokeWidth=2" edge="1" parent="1" source="in_simgraph" target="g4"><mxGeometry relative="1" as="geometry"><Array as="points"><mxPoint x="1670" y="375" /><mxPoint x="2144" y="375" /></Array></mxGeometry></mxCell>
- 
-         <!-- KB → llm_core via right margin bus -->
-         <mxCell id="ae9" style="edgeStyle=orthogonalEdgeStyle;rounded=0;html=1;exitX=0.5;exitY=1;entryX=0.99;entryY=0;endArrow=classic;dashed=1;strokeColor=#5A6478;strokeWidth=2" edge="1" parent="1" source="in_kb" target="llm_core"><mxGeometry relative="1" as="geometry"><Array as="points"><mxPoint x="2000" y="340" /><mxPoint x="2540" y="340" /></Array></mxGeometry></mxCell>
- 
-         <!-- Generators (outputs) → llm_core via vertical bus at y=830 -->
-         <mxCell id="ge1" style="edgeStyle=orthogonalEdgeStyle;rounded=0;html=1;exitX=0.5;exitY=1;entryX=0.1;entryY=0;endArrow=classic;strokeColor=#6B46C1;strokeWidth=2" edge="1" parent="1" source="g1_out" target="llm_core"><mxGeometry relative="1" as="geometry"><Array as="points"><mxPoint x="515" y="830" /><mxPoint x="292" y="830" /></Array></mxGeometry></mxCell>
-         <mxCell id="ge2" style="edgeStyle=orthogonalEdgeStyle;rounded=0;html=1;exitX=0.5;exitY=1;entryX=0.36;entryY=0;endArrow=classic;strokeColor=#6B46C1;strokeWidth=2" edge="1" parent="1" source="g2_out" target="llm_core"><mxGeometry relative="1" as="geometry"><Array as="points"><mxPoint x="1115" y="835" /><mxPoint x="947" y="835" /></Array></mxGeometry></mxCell>
-         <mxCell id="ge3" style="edgeStyle=orthogonalEdgeStyle;rounded=0;html=1;exitX=0.5;exitY=1;entryX=0.62;entryY=0;endArrow=classic;strokeColor=#6B46C1;strokeWidth=2" edge="1" parent="1" source="g3_out" target="llm_core"><mxGeometry relative="1" as="geometry"><Array as="points"><mxPoint x="1715" y="840" /><mxPoint x="1602" y="840" /></Array></mxGeometry></mxCell>
-         <mxCell id="ge4" style="edgeStyle=orthogonalEdgeStyle;rounded=0;html=1;exitX=0.5;exitY=1;entryX=0.88;entryY=0;endArrow=classic;strokeColor=#6B46C1;strokeWidth=2" edge="1" parent="1" source="g4_out" target="llm_core"><mxGeometry relative="1" as="geometry"><Array as="points"><mxPoint x="2365" y="845" /><mxPoint x="2257" y="845" /></Array></mxGeometry></mxCell>
- 
-         <!-- llm_core → post_enrich (down from left edge of llm bar) -->
-         <mxCell id="pe1" style="edgeStyle=orthogonalEdgeStyle;rounded=0;html=1;exitX=0.1;exitY=1;entryX=0.5;entryY=0;endArrow=classic;strokeColor=#5A6478;strokeWidth=2" edge="1" parent="1" source="llm_core" target="post_enrich"><mxGeometry relative="1" as="geometry" /></mxCell>
-         <mxCell id="pe2" style="edgeStyle=orthogonalEdgeStyle;rounded=0;html=1;exitX=1;exitY=0.5;entryX=0;entryY=0.5;endArrow=classic;strokeColor=#4A6E8C;strokeWidth=2" edge="1" parent="1" source="post_enrich" target="post_persist"><mxGeometry relative="1" as="geometry" /></mxCell>
-         <mxCell id="pe3" style="edgeStyle=orthogonalEdgeStyle;rounded=0;html=1;exitX=1;exitY=0.3;entryX=0;entryY=0.5;endArrow=classic;strokeColor=#2C5282;strokeWidth=2" edge="1" parent="1" source="post_persist_list" target="cons_studyplan"><mxGeometry relative="1" as="geometry" /></mxCell>
-         <mxCell id="pe4" style="edgeStyle=orthogonalEdgeStyle;rounded=0;html=1;exitX=1;exitY=0.7;entryX=0;entryY=0.5;endArrow=classic;strokeColor=#553C9A;strokeWidth=2" edge="1" parent="1" source="post_persist_list" target="cons_grading"><mxGeometry relative="1" as="geometry" /></mxCell>
-         <mxCell id="pe5" style="edgeStyle=orthogonalEdgeStyle;rounded=0;html=1;exitX=1;exitY=0.5;entryX=0;entryY=0.5;endArrow=classic;strokeColor=#2C5282;strokeWidth=2" edge="1" parent="1" source="cons_studyplan" target="cons_buddy"><mxGeometry relative="1" as="geometry" /></mxCell>
-         <mxCell id="pe6" style="edgeStyle=orthogonalEdgeStyle;rounded=0;html=1;exitX=1;exitY=0.5;entryX=0;entryY=0.5;endArrow=classic;strokeColor=#553C9A;strokeWidth=2" edge="1" parent="1" source="cons_grading" target="cons_plag"><mxGeometry relative="1" as="geometry" /></mxCell>
+         <!-- framework chain -->
+         <mxCell id="aF1" style="edgeStyle=orthogonalEdgeStyle;rounded=0;html=1;exitX=0.5;exitY=1;entryX=0.5;entryY=0;endArrow=classic;strokeColor=#6B46C1;strokeWidth=2" edge="1" parent="1" source="F_schema" target="F_bind"><mxGeometry relative="1" as="geometry" /></mxCell>
+         <mxCell id="aF2" style="edgeStyle=orthogonalEdgeStyle;rounded=0;html=1;exitX=0.5;exitY=1;entryX=0.5;entryY=0;endArrow=classic;strokeColor=#5A6478;strokeWidth=2" edge="1" parent="1" source="F_bind" target="F_invoke"><mxGeometry relative="1" as="geometry" /></mxCell>
+         <mxCell id="aF3" style="edgeStyle=orthogonalEdgeStyle;rounded=0;html=1;exitX=0.5;exitY=1;entryX=0.5;entryY=0;endArrow=classic;strokeColor=#3D4A5C;strokeWidth=2" edge="1" parent="1" source="F_invoke" target="F_out"><mxGeometry relative="1" as="geometry" /></mxCell>

      </root>
    </mxGraphModel>
  </diagram>
</mxfile>
